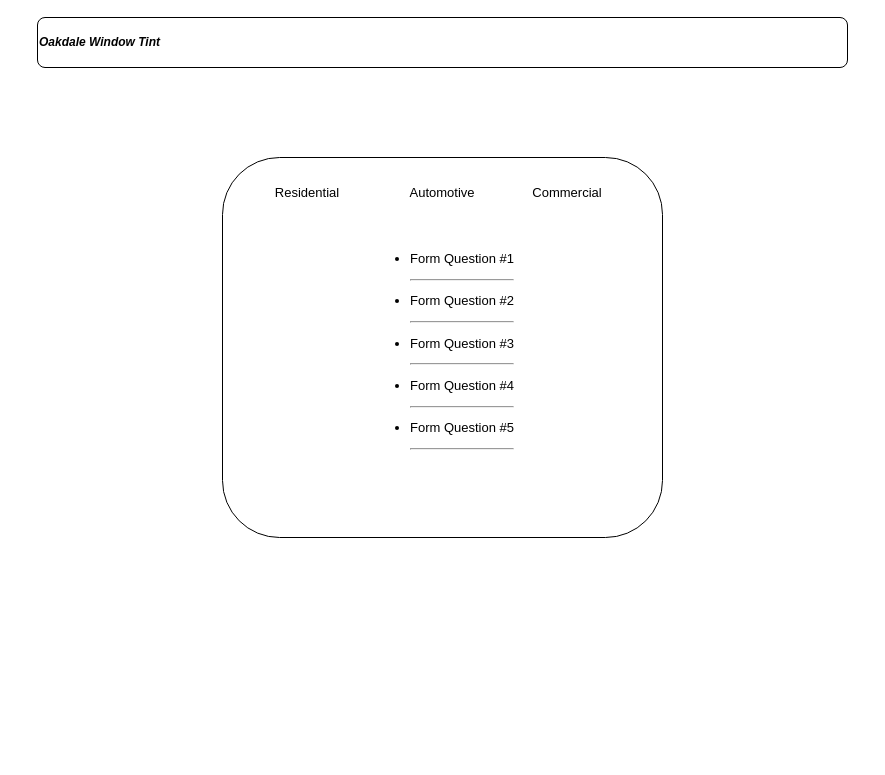
The draw.io diagram oakdale-wt/layout.drawio in DeanWilcoxson/client-projects, before the edit. Source tidied: cells renumbered, new cells numbered last; positions are measured from the earlier drawing's top-left corner, leaving out a move shared by most shapes. Both pictures are drawn from the tidied source at 100%, with x=0, y=0 at pixel (37, 17).
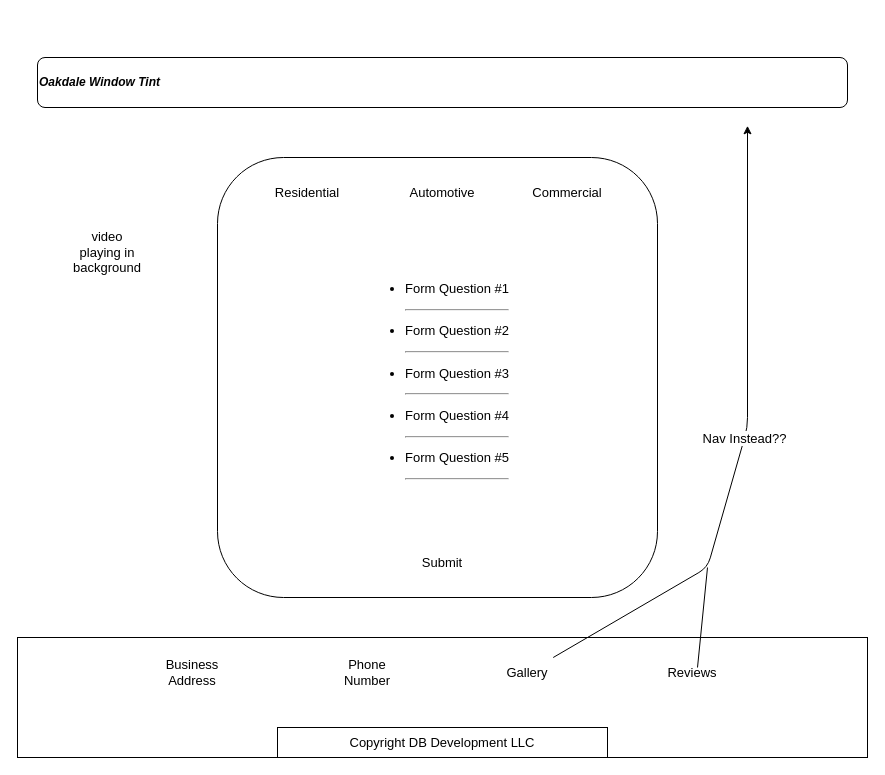
The same diagram, later.

What changed in the source:
```diff
@@
     <mxCell id="2" value="&lt;i&gt;&lt;b&gt;Oakdale Window Tint&lt;/b&gt;&lt;/i&gt;" style="rounded=1;whiteSpace=wrap;html=1;align=left;" parent="1" vertex="1">
-      <mxGeometry width="810" height="50" as="geometry" />
+      <mxGeometry y="40" width="810" height="50" as="geometry" />
     </mxCell>
     <mxCell id="3" value="&lt;ul&gt;&lt;li style=&quot;line-height: 2.1&quot;&gt;Form Question #1&lt;hr&gt;&lt;/li&gt;&lt;li style=&quot;line-height: 2.1&quot;&gt;Form Question #2&lt;hr&gt;&lt;/li&gt;&lt;li style=&quot;line-height: 2.1&quot;&gt;Form Question #3&lt;hr&gt;&lt;/li&gt;&lt;li style=&quot;line-height: 2.1&quot;&gt;Form Question #4&lt;hr&gt;&lt;/li&gt;&lt;li&gt;&lt;span style=&quot;line-height: 2.1&quot;&gt;Form Question #5&lt;/span&gt;&lt;hr&gt;&lt;/li&gt;&lt;/ul&gt;" style="rounded=1;whiteSpace=wrap;html=1;fontSize=13;" parent="1" vertex="1">
-      <mxGeometry x="185" y="140" width="440" height="380" as="geometry" />
+      <mxGeometry x="180" y="140" width="440" height="440" as="geometry" />
     </mxCell>
@@
+    <mxCell id="7" value="Submit" style="text;html=1;strokeColor=none;fillColor=none;align=center;verticalAlign=middle;whiteSpace=wrap;rounded=0;fontSize=13;" parent="1" vertex="1">
+      <mxGeometry x="375" y="530" width="60" height="30" as="geometry" />
+    </mxCell>
+    <mxCell id="8" style="rounded=0;whiteSpace=wrap;html=1;fontSize=13;" parent="1" vertex="1">
+      <mxGeometry x="-20" y="620" width="850" height="120" as="geometry" />
+    </mxCell>
+    <mxCell id="9" value="Business Address" style="text;html=1;strokeColor=none;fillColor=none;align=center;verticalAlign=middle;whiteSpace=wrap;rounded=0;fontSize=13;" parent="1" vertex="1">
+      <mxGeometry x="125" y="640" width="60" height="30" as="geometry" />
+    </mxCell>
+    <mxCell id="10" value="Reviews" style="text;html=1;strokeColor=none;fillColor=none;align=center;verticalAlign=middle;whiteSpace=wrap;rounded=0;fontSize=13;" parent="1" vertex="1">
+      <mxGeometry x="625" y="640" width="60" height="30" as="geometry" />
+    </mxCell>
+    <mxCell id="11" value="Gallery" style="text;html=1;strokeColor=none;fillColor=none;align=center;verticalAlign=middle;whiteSpace=wrap;rounded=0;fontSize=13;" parent="1" vertex="1">
+      <mxGeometry x="460" y="640" width="60" height="30" as="geometry" />
+    </mxCell>
+    <mxCell id="12" value="Phone Number" style="text;html=1;strokeColor=none;fillColor=none;align=center;verticalAlign=middle;whiteSpace=wrap;rounded=0;fontSize=13;" parent="1" vertex="1">
+      <mxGeometry x="300" y="640" width="60" height="30" as="geometry" />
+    </mxCell>
+    <mxCell id="13" value="Copyright DB Development LLC" style="rounded=0;whiteSpace=wrap;html=1;fontSize=13;" parent="1" vertex="1">
+      <mxGeometry x="240" y="710" width="330" height="30" as="geometry" />
+    </mxCell>
+    <mxCell id="14" value="video playing in background" style="text;html=1;strokeColor=none;fillColor=none;align=center;verticalAlign=middle;whiteSpace=wrap;rounded=0;fontSize=13;" parent="1" vertex="1">
+      <mxGeometry x="40" y="220" width="60" height="30" as="geometry" />
+    </mxCell>
+    <mxCell id="15" style="endArrow=classic;html=1;fontSize=13;" parent="1" edge="1" source="11">
+      <mxGeometry relative="1" as="geometry">
+        <mxPoint x="710" y="108.3" as="targetPoint" />
+        <Array as="points">
+          <mxPoint x="670" y="550" />
+          <mxPoint x="710" y="410" />
+        </Array>
+      </mxGeometry>
+    </mxCell>
+    <mxCell id="16" value="Nav Instead??" style="edgeLabel;html=1;align=center;verticalAlign=middle;fontSize=13;" parent="15" vertex="1">
+      <mxGeometry relative="1" as="geometry" />
+    </mxCell>
+    <mxCell id="17" style="endArrow=none;html=1;fontSize=13;" parent="1" edge="1">
+      <mxGeometry relative="1" as="geometry">
+        <mxPoint x="660" y="650" as="sourcePoint" />
+        <mxPoint x="670" y="550" as="targetPoint" />
+      </mxGeometry>
+    </mxCell>
```
